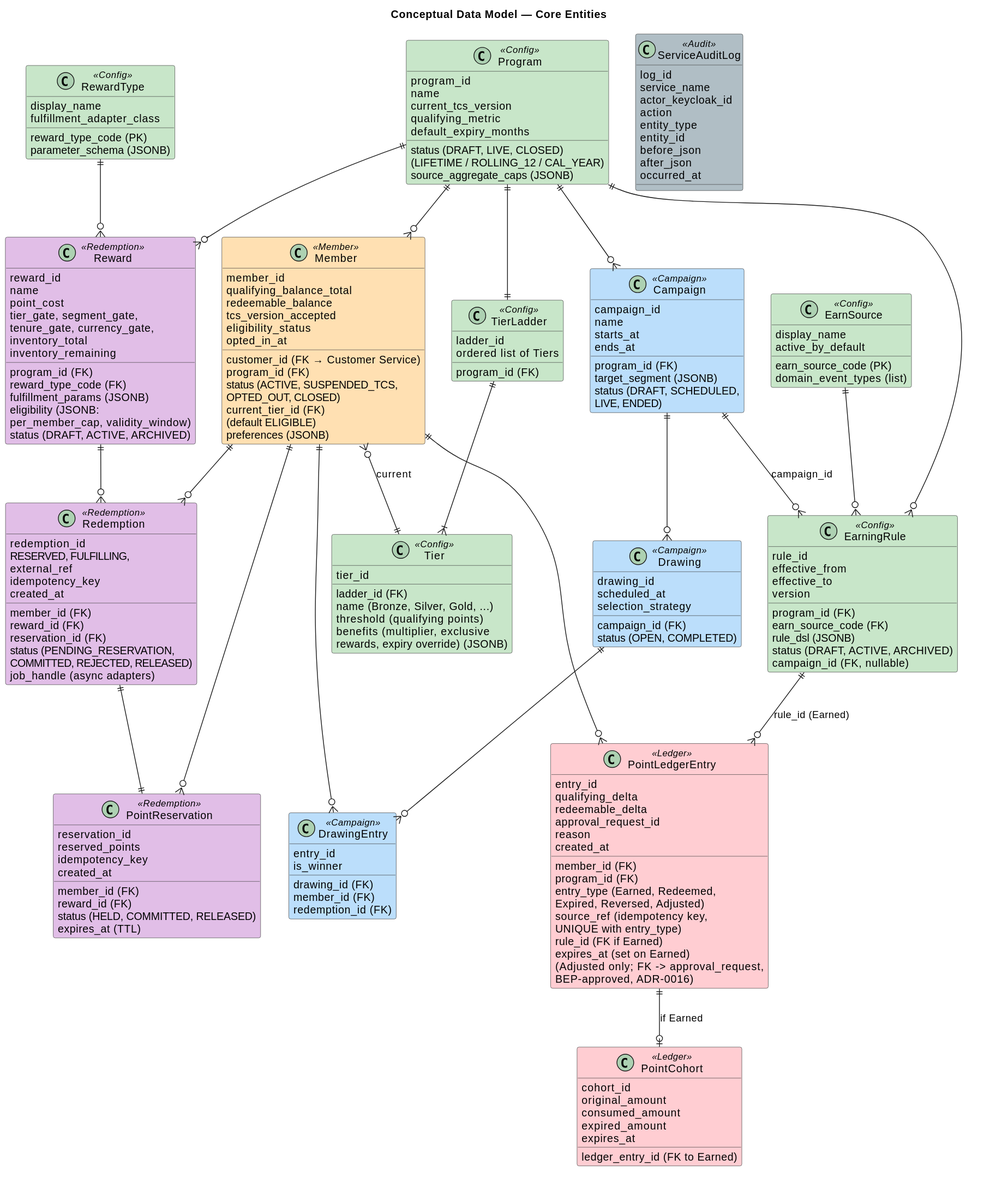
Earlier version of the PlantUML export images/LoyaltyConceptualDataModel.svg (batnam/rochallor-loyalty). The source it was exported from:
```plantuml
@startuml
title Conceptual Data Model — Core Entities

skinparam class {
  BackgroundColor<<Config>> #C8E6C9
  BackgroundColor<<Member>> #FFE0B2
  BackgroundColor<<Ledger>> #FFCDD2
  BackgroundColor<<Redemption>> #E1BEE7
  BackgroundColor<<Campaign>> #BBDEFB
  BackgroundColor<<Audit>> #B0BEC5
  BorderColor #424242
}

class Program <<Config>> {
  program_id
  name
  status (DRAFT, LIVE, CLOSED)
  current_tcs_version
  qualifying_metric
    (LIFETIME / ROLLING_12 / CAL_YEAR)
  default_expiry_months
  source_aggregate_caps (JSONB)
}

class TierLadder <<Config>> {
  ladder_id
  program_id (FK)
  ordered list of Tiers
}

class Tier <<Config>> {
  tier_id
  ladder_id (FK)
  name (Bronze, Silver, Gold, ...)
  threshold (qualifying points)
  benefits (multiplier, exclusive
    rewards, expiry override) (JSONB)
}

class Member <<Member>> {
  member_id
  customer_id (FK → Customer Service)
  program_id (FK)
  status (ACTIVE, SUSPENDED_TCS,
    OPTED_OUT, CLOSED)
  current_tier_id (FK)
  qualifying_balance_total
  redeemable_balance
  tcs_version_accepted
  eligibility_status
    (default ELIGIBLE)
  opted_in_at
  preferences (JSONB)
}

class PointLedgerEntry <<Ledger>> {
  entry_id
  member_id (FK)
  program_id (FK)
  qualifying_delta
  redeemable_delta
  entry_type (Earned, Redeemed,
    Expired, Reversed, Adjusted)
  source_ref (idempotency key,
    UNIQUE with entry_type)
  rule_id (FK if Earned)
  expires_at (set on Earned)
  approval_request_id
    (Adjusted only; FK -> approval_request,
     BEP-approved, ADR-0016)
  reason
  created_at
}

class PointCohort <<Ledger>> {
  cohort_id
  ledger_entry_id (FK to Earned)
  original_amount
  consumed_amount
  expired_amount
  expires_at
}

class PointReservation <<Redemption>> {
  reservation_id
  member_id (FK)
  reward_id (FK)
  reserved_points
  status (HELD, COMMITTED, RELEASED)
  expires_at (TTL)
  idempotency_key
  created_at
}

class EarnSource <<Config>> {
  earn_source_code (PK)
  display_name
  domain_event_types (list)
  active_by_default
}

class EarningRule <<Config>> {
  rule_id
  program_id (FK)
  earn_source_code (FK)
  rule_dsl (JSONB)
  effective_from
  effective_to
  status (DRAFT, ACTIVE, ARCHIVED)
  version
  campaign_id (FK, nullable)
}

class Reward <<Redemption>> {
  reward_id
  program_id (FK)
  reward_type_code (FK)
  name
  point_cost
  fulfillment_params (JSONB)
  eligibility (JSONB:
    tier_gate, segment_gate,
    tenure_gate, currency_gate,
    per_member_cap, validity_window)
  inventory_total
  inventory_remaining
  status (DRAFT, ACTIVE, ARCHIVED)
}

class RewardType <<Config>> {
  reward_type_code (PK)
  display_name
  fulfillment_adapter_class
  parameter_schema (JSONB)
}

class Redemption <<Redemption>> {
  redemption_id
  member_id (FK)
  reward_id (FK)
  reservation_id (FK)
  status (PENDING_RESERVATION,
    RESERVED, FULFILLING,
    COMMITTED, REJECTED, RELEASED)
  external_ref
  job_handle (async adapters)
  idempotency_key
  created_at
}

class Campaign <<Campaign>> {
  campaign_id
  program_id (FK)
  name
  starts_at
  ends_at
  target_segment (JSONB)
  status (DRAFT, SCHEDULED,
    LIVE, ENDED)
}

class Drawing <<Campaign>> {
  drawing_id
  campaign_id (FK)
  scheduled_at
  selection_strategy
  status (OPEN, COMPLETED)
}

class DrawingEntry <<Campaign>> {
  entry_id
  drawing_id (FK)
  member_id (FK)
  redemption_id (FK)
  is_winner
}

class ServiceAuditLog <<Audit>> {
  log_id
  service_name
  actor_keycloak_id
  action
  entity_type
  entity_id
  before_json
  after_json
  occurred_at
}

Program ||--|| TierLadder
TierLadder ||--|{ Tier
Program ||--o{ Member
Member }o--|| Tier : current
Member ||--o{ PointLedgerEntry
Member ||--o{ PointReservation
PointLedgerEntry ||--o| PointCohort : "if Earned"
Program ||--o{ EarningRule
EarnSource ||--o{ EarningRule
EarningRule ||--o{ PointLedgerEntry : "rule_id (Earned)"
Program ||--o{ Reward
RewardType ||--o{ Reward
Reward ||--o{ Redemption
Redemption ||--|| PointReservation
Member ||--o{ Redemption
Program ||--o{ Campaign
Campaign ||--o{ Drawing
Campaign ||--o{ EarningRule : "campaign_id"
Drawing ||--o{ DrawingEntry
Member ||--o{ DrawingEntry
@enduml
```
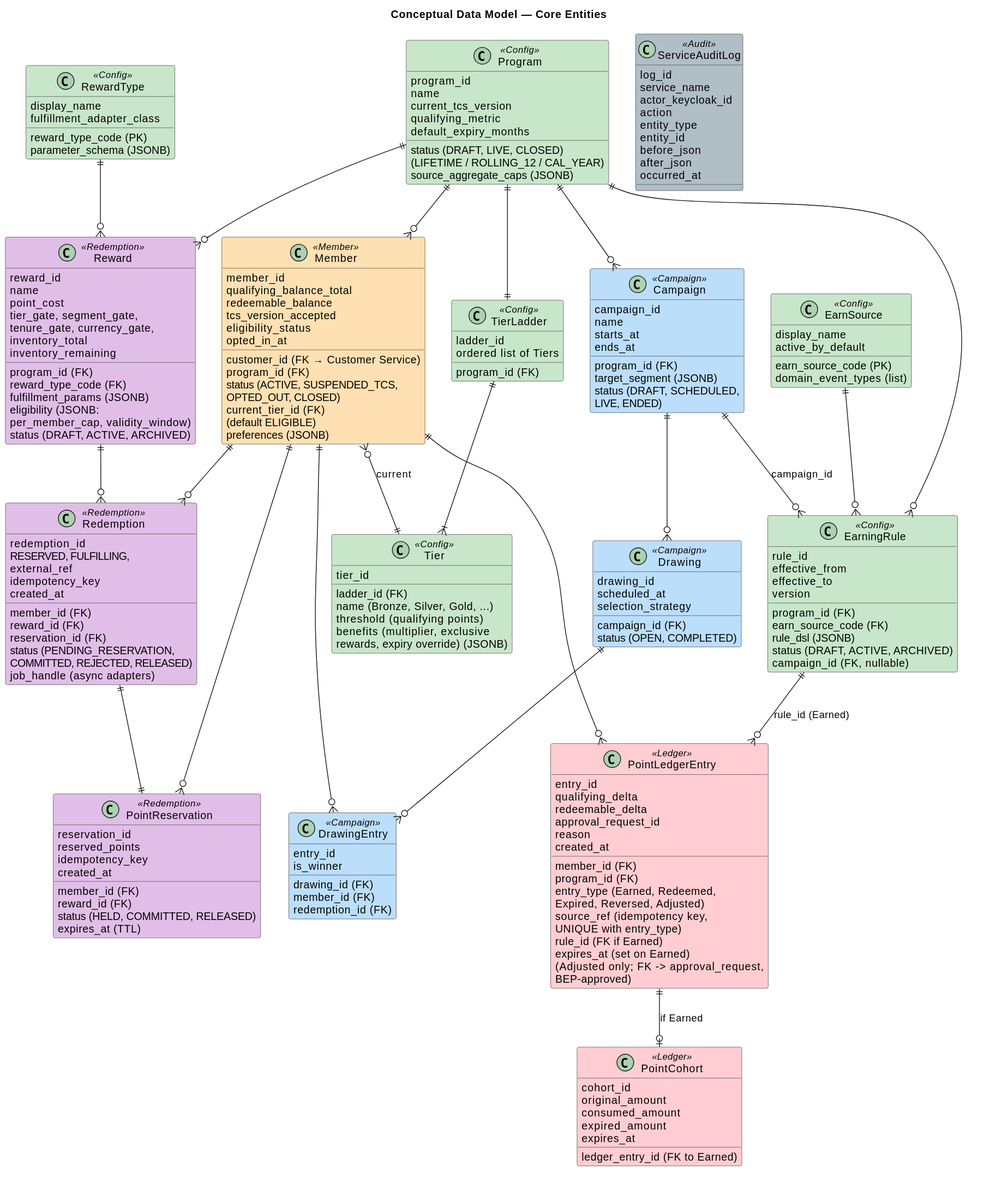
After the commit.

Diff of the diagram source:
```diff
@@ -67,7 +67,7 @@
   expires_at (set on Earned)
   approval_request_id
     (Adjusted only; FK -> approval_request,
-     BEP-approved, ADR-0016)
+     BEP-approved)
   reason
   created_at
 }
```
